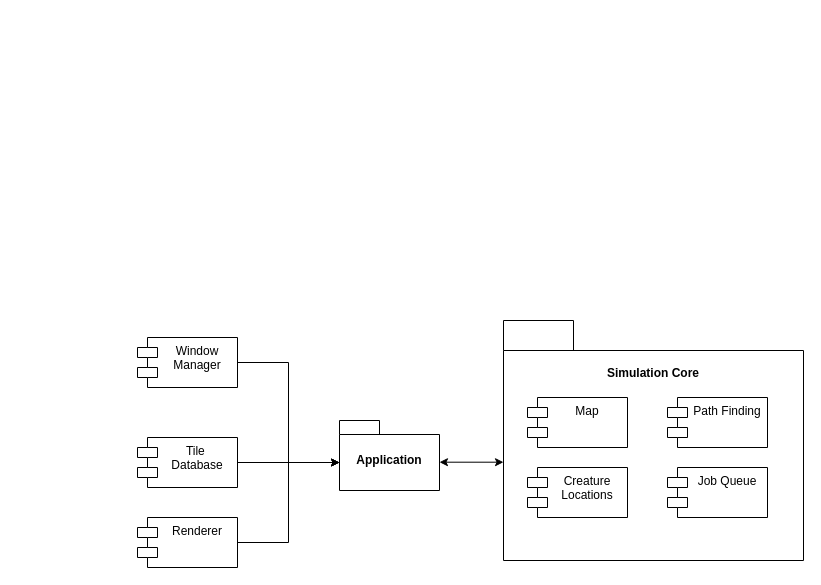
Before: docs/diagrams/save/smcore.drawio in Simula-24/Simula-24, a draw.io diagram. Source tidied: cells renumbered, new cells numbered last; positions are measured from the earlier drawing's top-left corner, leaving out a move shared by most shapes. Both pictures are drawn from the tidied source at 100%, with x=0, y=0 at pixel (137, 320).
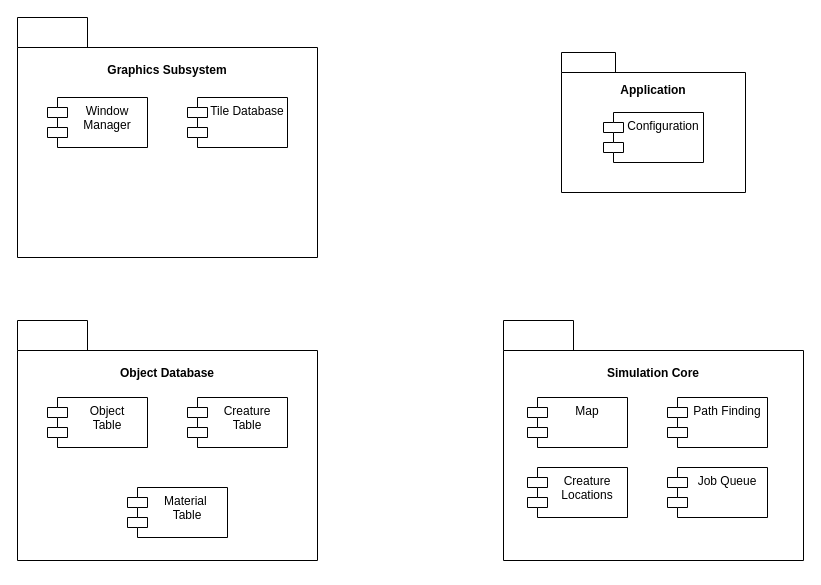
The same diagram, later.

Commit message (it also covers changes not shown here):
Move object table to object manager

The edit, as a diff of the source:
```diff
@@
 <mxGraphModel>
   <root>
     <mxCell id="0" />
     <mxCell id="1" parent="0" />
-    <mxCell id="2" value="Application" style="shape=folder;fontStyle=1;spacingTop=10;tabWidth=40;tabHeight=14;tabPosition=left;html=1;whiteSpace=wrap;" parent="1" vertex="1">
-      <mxGeometry x="202" y="100" width="100" height="70" as="geometry" />
-    </mxCell>
-    <mxCell id="3" value="Tile&amp;nbsp;&lt;br&gt;Database" style="shape=module;align=left;spacingLeft=20;align=center;verticalAlign=top;whiteSpace=wrap;html=1;" parent="1" vertex="1">
-      <mxGeometry y="117" width="100" height="50" as="geometry" />
-    </mxCell>
-    <mxCell id="4" value="Window&lt;br&gt;Manager" style="shape=module;align=left;spacingLeft=20;align=center;verticalAlign=top;whiteSpace=wrap;html=1;" parent="1" vertex="1">
-      <mxGeometry y="17" width="100" height="50" as="geometry" />
-    </mxCell>
-    <mxCell id="5" style="edgeStyle=orthogonalEdgeStyle;rounded=0;jettySize=auto;html=1;entryX=0;entryY=0;entryDx=0;entryDy=42;entryPerimeter=0;" parent="1" edge="1" source="4" target="2">
-      <mxGeometry relative="1" as="geometry" />
-    </mxCell>
     <mxCell id="6" value="&lt;div style=&quot;&quot;&gt;&lt;span style=&quot;background-color: initial;&quot;&gt;&lt;br&gt;&lt;/span&gt;&lt;/div&gt;&lt;div style=&quot;&quot;&gt;&lt;span style=&quot;background-color: initial;&quot;&gt;&lt;br&gt;&lt;/span&gt;&lt;/div&gt;&lt;div style=&quot;&quot;&gt;&lt;span style=&quot;background-color: initial;&quot;&gt;Simulation Core&lt;/span&gt;&lt;/div&gt;" style="shape=folder;fontStyle=1;spacingTop=10;tabWidth=70;tabHeight=30;tabPosition=left;html=1;whiteSpace=wrap;align=center;horizontal=1;verticalAlign=top;" parent="1" vertex="1">
       <mxGeometry x="366" width="300" height="240" as="geometry" />
     </mxCell>
     <mxCell id="7" value="Map" style="shape=module;align=left;spacingLeft=20;align=center;verticalAlign=top;whiteSpace=wrap;html=1;" parent="1" vertex="1">
       <mxGeometry x="390" y="77" width="100" height="50" as="geometry" />
     </mxCell>
     <mxCell id="8" value="Creature Locations" style="shape=module;align=left;spacingLeft=20;align=center;verticalAlign=top;whiteSpace=wrap;html=1;" parent="1" vertex="1">
       <mxGeometry x="390" y="147" width="100" height="50" as="geometry" />
     </mxCell>
     <mxCell id="9" value="Job Queue" style="shape=module;align=left;spacingLeft=20;align=center;verticalAlign=top;whiteSpace=wrap;html=1;" parent="1" vertex="1">
       <mxGeometry x="530" y="147" width="100" height="50" as="geometry" />
     </mxCell>
     <mxCell id="10" value="Path Finding" style="shape=module;align=left;spacingLeft=20;align=center;verticalAlign=top;whiteSpace=wrap;html=1;" parent="1" vertex="1">
       <mxGeometry x="530" y="77" width="100" height="50" as="geometry" />
     </mxCell>
-    <mxCell id="11" style="edgeStyle=orthogonalEdgeStyle;rounded=0;orthogonalLoop=1;jettySize=auto;html=1;entryX=0;entryY=0;entryDx=0;entryDy=135;entryPerimeter=0;startArrow=classic;startFill=1;" parent="1" edge="1">
-      <mxGeometry relative="1" as="geometry">
-        <mxPoint x="302" y="141.7" as="sourcePoint" />
-        <mxPoint x="366" y="141.7" as="targetPoint" />
-      </mxGeometry>
-    </mxCell>
-    <mxCell id="12" value="Renderer" style="shape=module;align=left;spacingLeft=20;align=center;verticalAlign=top;whiteSpace=wrap;html=1;" parent="1" vertex="1">
-      <mxGeometry y="197" width="100" height="50" as="geometry" />
-    </mxCell>
-    <mxCell id="13" style="edgeStyle=orthogonalEdgeStyle;rounded=0;jettySize=auto;html=1;entryX=0;entryY=0;entryDx=0;entryDy=42;entryPerimeter=0;" parent="1" edge="1" source="12" target="2">
-      <mxGeometry relative="1" as="geometry" />
-    </mxCell>
-    <mxCell id="14" style="edgeStyle=orthogonalEdgeStyle;rounded=0;jettySize=auto;html=1;entryX=0;entryY=0;entryDx=0;entryDy=42;entryPerimeter=0;" parent="1" edge="1" source="3" target="2">
-      <mxGeometry relative="1" as="geometry" />
-    </mxCell>
+    <mxCell id="15" value="&lt;div style=&quot;&quot;&gt;&lt;br&gt;&lt;/div&gt;&lt;div style=&quot;&quot;&gt;&lt;br&gt;&lt;/div&gt;&lt;div style=&quot;&quot;&gt;Object Database&lt;/div&gt;" style="shape=folder;fontStyle=1;spacingTop=10;tabWidth=70;tabHeight=30;tabPosition=left;html=1;whiteSpace=wrap;align=center;horizontal=1;verticalAlign=top;" parent="1" vertex="1">
+      <mxGeometry x="-120" width="300" height="240" as="geometry" />
+    </mxCell>
+    <mxCell id="16" value="Object&lt;br&gt;Table" style="shape=module;align=left;spacingLeft=20;align=center;verticalAlign=top;whiteSpace=wrap;html=1;" parent="1" vertex="1">
+      <mxGeometry x="-90" y="77" width="100" height="50" as="geometry" />
+    </mxCell>
+    <mxCell id="17" value="Creature&lt;br&gt;Table" style="shape=module;align=left;spacingLeft=20;align=center;verticalAlign=top;whiteSpace=wrap;html=1;" parent="1" vertex="1">
+      <mxGeometry x="50" y="77" width="100" height="50" as="geometry" />
+    </mxCell>
+    <mxCell id="18" value="Material&amp;nbsp;&lt;br&gt;Table" style="shape=module;align=left;spacingLeft=20;align=center;verticalAlign=top;whiteSpace=wrap;html=1;" parent="1" vertex="1">
+      <mxGeometry x="-10" y="167" width="100" height="50" as="geometry" />
+    </mxCell>
+    <mxCell id="19" value="&lt;div style=&quot;&quot;&gt;&lt;br&gt;&lt;/div&gt;&lt;div style=&quot;&quot;&gt;&lt;br&gt;&lt;/div&gt;&lt;div style=&quot;&quot;&gt;Graphics Subsystem&lt;/div&gt;" style="shape=folder;fontStyle=1;spacingTop=10;tabWidth=70;tabHeight=30;tabPosition=left;html=1;whiteSpace=wrap;align=center;horizontal=1;verticalAlign=top;" parent="1" vertex="1">
+      <mxGeometry x="-120" y="-303" width="300" height="240" as="geometry" />
+    </mxCell>
+    <mxCell id="4" value="Window Manager" style="shape=module;align=left;spacingLeft=20;align=center;verticalAlign=top;whiteSpace=wrap;html=1;" parent="1" vertex="1">
+      <mxGeometry x="-90" y="-223" width="100" height="50" as="geometry" />
+    </mxCell>
+    <mxCell id="3" value="Tile Database" style="shape=module;align=left;spacingLeft=20;align=center;verticalAlign=top;whiteSpace=wrap;html=1;" parent="1" vertex="1">
+      <mxGeometry x="50" y="-223" width="100" height="50" as="geometry" />
+    </mxCell>
+    <mxCell id="2" value="&lt;div style=&quot;&quot;&gt;&lt;br&gt;&lt;/div&gt;&lt;div style=&quot;&quot;&gt;&lt;span style=&quot;background-color: initial;&quot;&gt;Application&lt;/span&gt;&lt;br&gt;&lt;/div&gt;" style="shape=folder;fontStyle=1;spacingTop=10;tabWidth=54;tabHeight=20;tabPosition=left;html=1;whiteSpace=wrap;align=center;horizontal=1;verticalAlign=top;" parent="1" vertex="1">
+      <mxGeometry x="424" y="-268" width="184" height="140" as="geometry" />
+    </mxCell>
+    <mxCell id="20" value="Configuration" style="shape=module;align=left;spacingLeft=20;align=center;verticalAlign=top;whiteSpace=wrap;html=1;" parent="1" vertex="1">
+      <mxGeometry x="466" y="-208" width="100" height="50" as="geometry" />
+    </mxCell>
   </root>
 </mxGraphModel>
```
